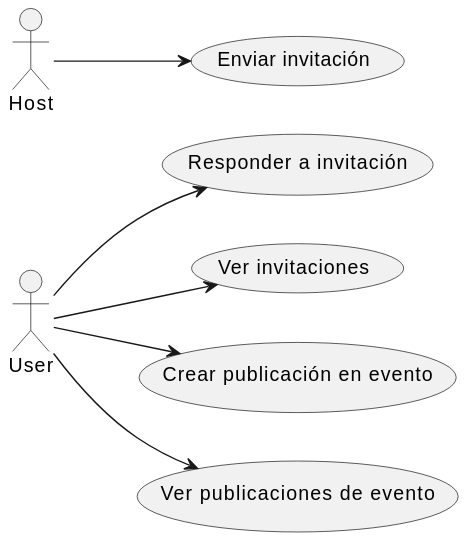
This is out/modeling/invitations_posts_management_use_cases/invitations and posts management.svg from EZE404/EventsTracker, a PlantUML export, as it was before one commit.
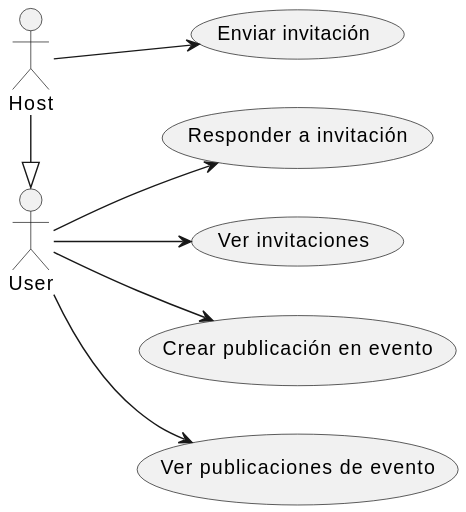
Later version of the same file.

Change to the diagram source:
```diff
@@ -2,7 +2,7 @@
 left to right direction
 actor User
 actor Host
-
+Host -|> User
 usecase "Enviar invitación" as UC_SendInvitation
 usecase "Responder a invitación" as UC_RespondInvitation
 usecase "Ver invitaciones" as UC_ViewInvitations
```
